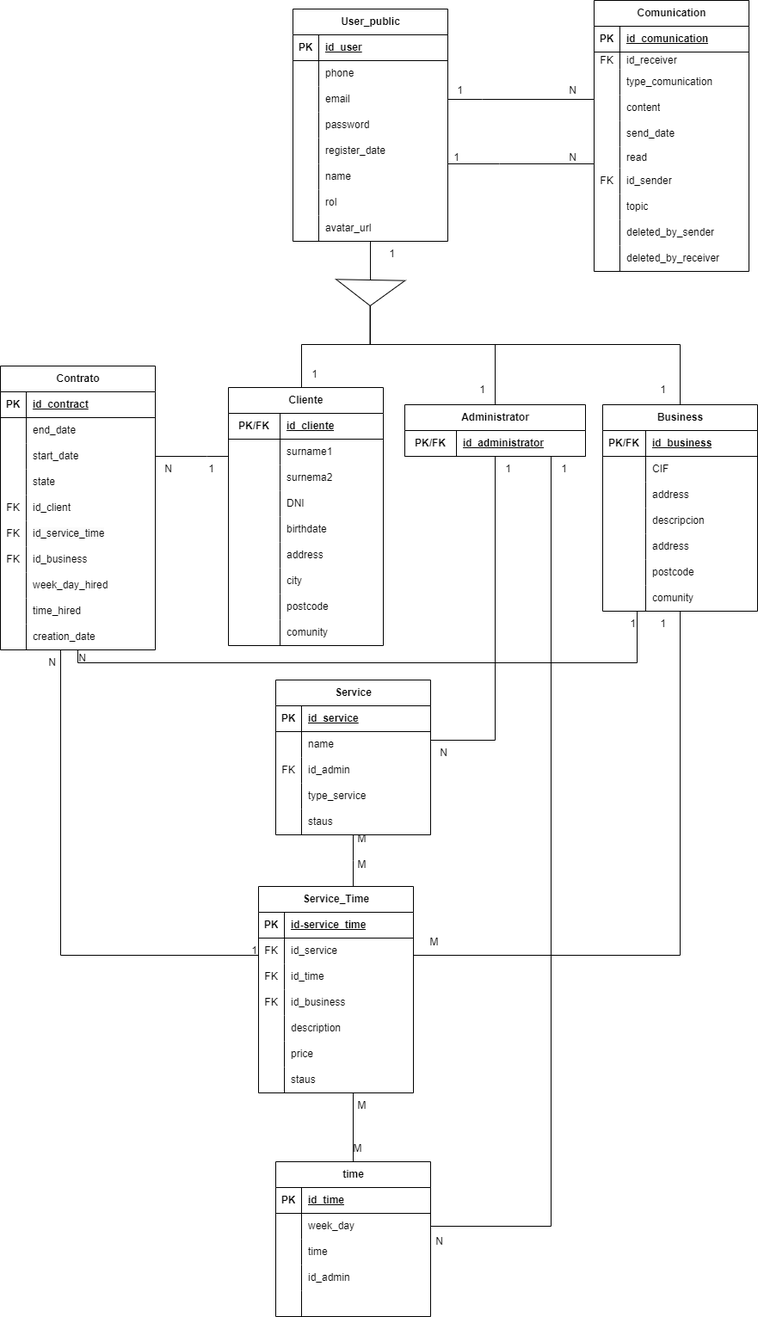
Above: documentacion_extra/base_datos/MER.drawio.png in egilp04/TFG_Cuidados (draw.io), before the change. Source tidied: cells renumbered, new cells last; positions are measured from the earlier drawing's top-left corner, leaving out a move shared by most shapes.
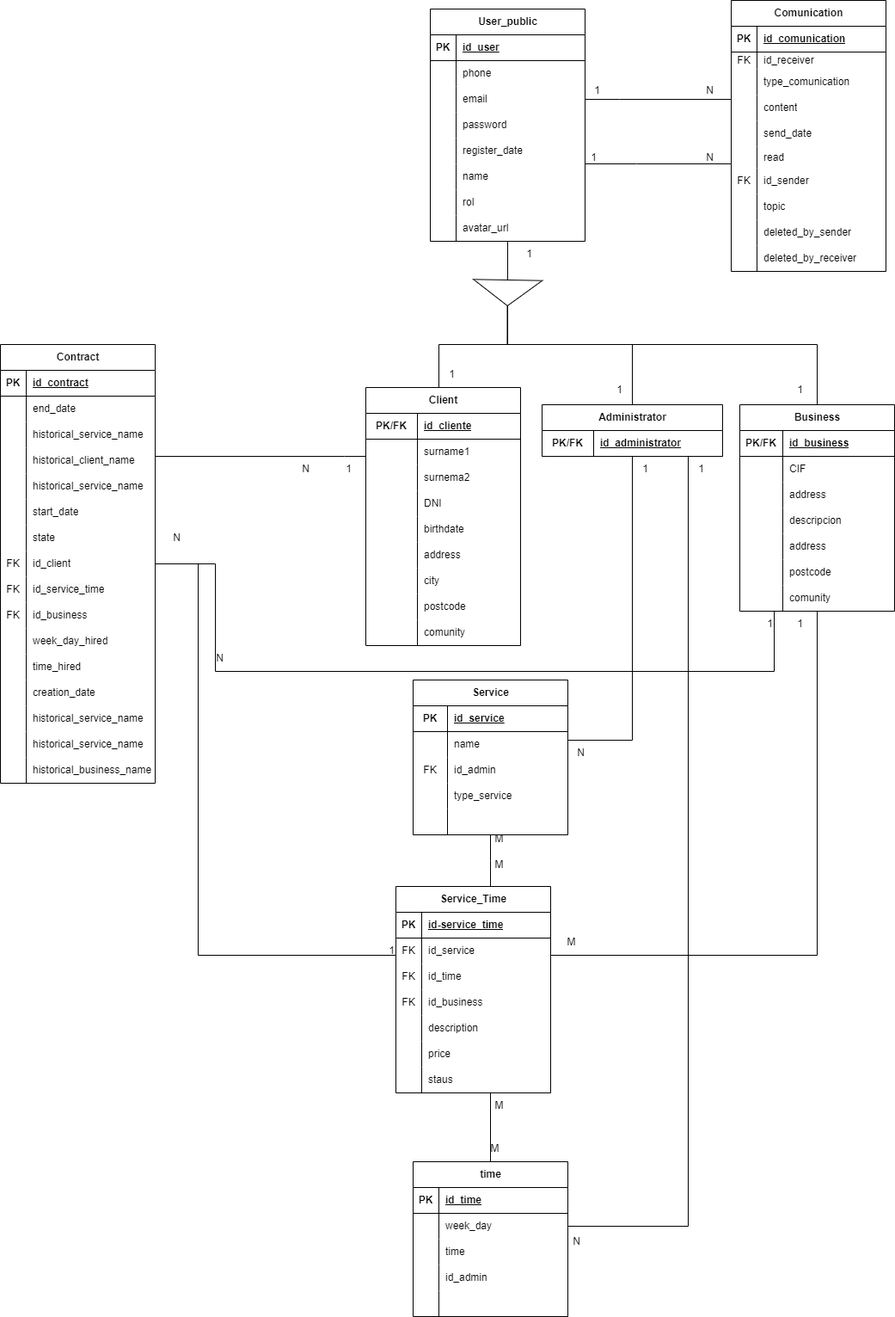
After the change.

The edit, as a diff of the source:
```diff
@@ -241,8 +241,8 @@
     <mxCell id="70" style="edgeStyle=orthogonalEdgeStyle;rounded=0;jettySize=auto;html=1;endArrow=none;endFill=0;" parent="1" edge="1" source="71" target="124">
       <mxGeometry relative="1" as="geometry">
         <Array as="points">
-          <mxPoint x="740" y="770" />
-          <mxPoint x="90" y="770" />
+          <mxPoint x="740" y="780" />
+          <mxPoint x="90" y="780" />
         </Array>
       </mxGeometry>
     </mxCell>
@@ -328,7 +328,7 @@
         </Array>
       </mxGeometry>
     </mxCell>
-    <mxCell id="95" value="Cliente" style="shape=table;startSize=30;rowLines=0;fontStyle=1;align=center;html=1;" parent="1" vertex="1">
+    <mxCell id="95" value="Client" style="shape=table;startSize=30;rowLines=0;fontStyle=1;align=center;html=1;" parent="1" vertex="1">
       <mxGeometry x="265" y="450" width="180" height="300" as="geometry" />
     </mxCell>
     <mxCell id="96" style="shape=tableRow;horizontal=0;startSize=0;swimlaneHead=0;swimlaneBody=0;fillColor=none;top=0;left=0;right=0;bottom=1;" parent="95" vertex="1">
@@ -419,8 +419,8 @@
         </Array>
       </mxGeometry>
     </mxCell>
-    <mxCell id="124" value="Contrato" style="shape=table;startSize=30;rowLines=0;fontStyle=1;align=center;html=1;" parent="1" vertex="1">
-      <mxGeometry y="425" width="180" height="330" as="geometry" />
+    <mxCell id="124" value="Contract" style="shape=table;startSize=30;rowLines=0;fontStyle=1;align=center;html=1;" parent="1" vertex="1">
+      <mxGeometry x="-160" y="400" width="180" height="510" as="geometry" />
     </mxCell>
     <mxCell id="125" style="shape=tableRow;horizontal=0;startSize=0;swimlaneHead=0;swimlaneBody=0;fillColor=none;top=0;left=0;right=0;bottom=1;" parent="124" vertex="1">
       <mxGeometry y="30" width="180" height="30" as="geometry" />
@@ -440,8 +440,35 @@
     <mxCell id="130" value="&lt;span style=&quot;text-wrap: nowrap;&quot;&gt;end_date&lt;/span&gt;" style="shape=partialRectangle;fillColor=none;top=0;left=0;bottom=0;right=0;align=left;spacingLeft=6;overflow=hidden;whiteSpace=wrap;html=1;" parent="128" vertex="1">
       <mxGeometry x="30" width="150" height="30" as="geometry" />
     </mxCell>
+    <mxCell id="236" style="shape=tableRow;horizontal=0;startSize=0;swimlaneHead=0;swimlaneBody=0;fillColor=none;top=0;left=0;right=0;bottom=0;" parent="124" vertex="1">
+      <mxGeometry y="90" width="180" height="30" as="geometry" />
+    </mxCell>
+    <mxCell id="237" style="shape=partialRectangle;fillColor=none;top=0;left=0;bottom=0;right=0;overflow=hidden;whiteSpace=wrap;html=1;" parent="236" vertex="1">
+      <mxGeometry width="30" height="30" as="geometry" />
+    </mxCell>
+    <mxCell id="238" value="historical_service_name" style="shape=partialRectangle;fillColor=none;top=0;left=0;bottom=0;right=0;align=left;spacingLeft=6;overflow=hidden;whiteSpace=wrap;html=1;" parent="236" vertex="1">
+      <mxGeometry x="30" width="150" height="30" as="geometry" />
+    </mxCell>
+    <mxCell id="239" style="shape=tableRow;horizontal=0;startSize=0;swimlaneHead=0;swimlaneBody=0;fillColor=none;top=0;left=0;right=0;bottom=0;" parent="124" vertex="1">
+      <mxGeometry y="120" width="180" height="30" as="geometry" />
+    </mxCell>
+    <mxCell id="240" style="shape=partialRectangle;fillColor=none;top=0;left=0;bottom=0;right=0;overflow=hidden;whiteSpace=wrap;html=1;" parent="239" vertex="1">
+      <mxGeometry width="30" height="30" as="geometry" />
+    </mxCell>
+    <mxCell id="241" value="historical_client_name" style="shape=partialRectangle;fillColor=none;top=0;left=0;bottom=0;right=0;align=left;spacingLeft=6;overflow=hidden;whiteSpace=wrap;html=1;" parent="239" vertex="1">
+      <mxGeometry x="30" width="150" height="30" as="geometry" />
+    </mxCell>
+    <mxCell id="242" style="shape=tableRow;horizontal=0;startSize=0;swimlaneHead=0;swimlaneBody=0;fillColor=none;top=0;left=0;right=0;bottom=0;" parent="124" vertex="1">
+      <mxGeometry y="150" width="180" height="30" as="geometry" />
+    </mxCell>
+    <mxCell id="243" style="shape=partialRectangle;fillColor=none;top=0;left=0;bottom=0;right=0;overflow=hidden;whiteSpace=wrap;html=1;" parent="242" vertex="1">
+      <mxGeometry width="30" height="30" as="geometry" />
+    </mxCell>
+    <mxCell id="244" value="historical_service_name" style="shape=partialRectangle;fillColor=none;top=0;left=0;bottom=0;right=0;align=left;spacingLeft=6;overflow=hidden;whiteSpace=wrap;html=1;" parent="242" vertex="1">
+      <mxGeometry x="30" width="150" height="30" as="geometry" />
+    </mxCell>
     <mxCell id="131" style="shape=tableRow;horizontal=0;startSize=0;swimlaneHead=0;swimlaneBody=0;fillColor=none;top=0;left=0;right=0;bottom=0;" parent="124" vertex="1">
-      <mxGeometry y="90" width="180" height="30" as="geometry" />
+      <mxGeometry y="180" width="180" height="30" as="geometry" />
     </mxCell>
     <mxCell id="132" style="shape=partialRectangle;fillColor=none;top=0;left=0;bottom=0;right=0;overflow=hidden;whiteSpace=wrap;html=1;" parent="131" vertex="1">
       <mxGeometry width="30" height="30" as="geometry" />
@@ -450,7 +477,7 @@
       <mxGeometry x="30" width="150" height="30" as="geometry" />
     </mxCell>
     <mxCell id="134" style="shape=tableRow;horizontal=0;startSize=0;swimlaneHead=0;swimlaneBody=0;fillColor=none;top=0;left=0;right=0;bottom=0;" parent="124" vertex="1">
-      <mxGeometry y="120" width="180" height="30" as="geometry" />
+      <mxGeometry y="210" width="180" height="30" as="geometry" />
     </mxCell>
     <mxCell id="135" style="shape=partialRectangle;fillColor=none;top=0;left=0;bottom=0;right=0;overflow=hidden;whiteSpace=wrap;html=1;" parent="134" vertex="1">
       <mxGeometry width="30" height="30" as="geometry" />
@@ -459,7 +486,7 @@
       <mxGeometry x="30" width="150" height="30" as="geometry" />
     </mxCell>
     <mxCell id="137" style="shape=tableRow;horizontal=0;startSize=0;swimlaneHead=0;swimlaneBody=0;fillColor=none;top=0;left=0;right=0;bottom=0;" parent="124" vertex="1">
-      <mxGeometry y="150" width="180" height="30" as="geometry" />
+      <mxGeometry y="240" width="180" height="30" as="geometry" />
     </mxCell>
     <mxCell id="138" value="FK" style="shape=partialRectangle;fillColor=none;top=0;left=0;bottom=0;right=0;overflow=hidden;whiteSpace=wrap;html=1;" parent="137" vertex="1">
       <mxGeometry width="30" height="30" as="geometry" />
@@ -468,7 +495,7 @@
       <mxGeometry x="30" width="150" height="30" as="geometry" />
     </mxCell>
     <mxCell id="140" style="shape=tableRow;horizontal=0;startSize=0;swimlaneHead=0;swimlaneBody=0;fillColor=none;top=0;left=0;right=0;bottom=0;" parent="124" vertex="1">
-      <mxGeometry y="180" width="180" height="30" as="geometry" />
+      <mxGeometry y="270" width="180" height="30" as="geometry" />
     </mxCell>
     <mxCell id="141" value="FK" style="shape=partialRectangle;fillColor=none;top=0;left=0;bottom=0;right=0;overflow=hidden;whiteSpace=wrap;html=1;" parent="140" vertex="1">
       <mxGeometry width="30" height="30" as="geometry" />
@@ -477,7 +504,7 @@
       <mxGeometry x="30" width="150" height="30" as="geometry" />
     </mxCell>
     <mxCell id="143" style="shape=tableRow;horizontal=0;startSize=0;swimlaneHead=0;swimlaneBody=0;fillColor=none;top=0;left=0;right=0;bottom=0;" parent="124" vertex="1">
-      <mxGeometry y="210" width="180" height="30" as="geometry" />
+      <mxGeometry y="300" width="180" height="30" as="geometry" />
     </mxCell>
     <mxCell id="144" value="FK" style="shape=partialRectangle;fillColor=none;top=0;left=0;bottom=0;right=0;overflow=hidden;whiteSpace=wrap;html=1;" parent="143" vertex="1">
       <mxGeometry width="30" height="30" as="geometry" />
@@ -486,7 +513,7 @@
       <mxGeometry x="30" width="150" height="30" as="geometry" />
     </mxCell>
     <mxCell id="146" style="shape=tableRow;horizontal=0;startSize=0;swimlaneHead=0;swimlaneBody=0;fillColor=none;top=0;left=0;right=0;bottom=0;" parent="124" vertex="1">
-      <mxGeometry y="240" width="180" height="30" as="geometry" />
+      <mxGeometry y="330" width="180" height="30" as="geometry" />
     </mxCell>
     <mxCell id="147" style="shape=partialRectangle;fillColor=none;top=0;left=0;bottom=0;right=0;overflow=hidden;whiteSpace=wrap;html=1;" parent="146" vertex="1">
       <mxGeometry width="30" height="30" as="geometry" />
@@ -495,7 +522,7 @@
       <mxGeometry x="30" width="150" height="30" as="geometry" />
     </mxCell>
     <mxCell id="149" style="shape=tableRow;horizontal=0;startSize=0;swimlaneHead=0;swimlaneBody=0;fillColor=none;top=0;left=0;right=0;bottom=0;" parent="124" vertex="1">
-      <mxGeometry y="270" width="180" height="30" as="geometry" />
+      <mxGeometry y="360" width="180" height="30" as="geometry" />
     </mxCell>
     <mxCell id="150" style="shape=partialRectangle;fillColor=none;top=0;left=0;bottom=0;right=0;overflow=hidden;whiteSpace=wrap;html=1;" parent="149" vertex="1">
       <mxGeometry width="30" height="30" as="geometry" />
@@ -504,7 +531,7 @@
       <mxGeometry x="30" width="150" height="30" as="geometry" />
     </mxCell>
     <mxCell id="152" style="shape=tableRow;horizontal=0;startSize=0;swimlaneHead=0;swimlaneBody=0;fillColor=none;top=0;left=0;right=0;bottom=0;" parent="124" vertex="1">
-      <mxGeometry y="300" width="180" height="30" as="geometry" />
+      <mxGeometry y="390" width="180" height="30" as="geometry" />
     </mxCell>
     <mxCell id="153" style="shape=partialRectangle;fillColor=none;top=0;left=0;bottom=0;right=0;overflow=hidden;whiteSpace=wrap;html=1;" parent="152" vertex="1">
       <mxGeometry width="30" height="30" as="geometry" />
@@ -512,6 +539,33 @@
     <mxCell id="154" value="creation_date" style="shape=partialRectangle;fillColor=none;top=0;left=0;bottom=0;right=0;align=left;spacingLeft=6;overflow=hidden;whiteSpace=wrap;html=1;" parent="152" vertex="1">
       <mxGeometry x="30" width="150" height="30" as="geometry" />
     </mxCell>
+    <mxCell id="245" style="shape=tableRow;horizontal=0;startSize=0;swimlaneHead=0;swimlaneBody=0;fillColor=none;top=0;left=0;right=0;bottom=0;" parent="124" vertex="1">
+      <mxGeometry y="420" width="180" height="30" as="geometry" />
+    </mxCell>
+    <mxCell id="246" style="shape=partialRectangle;fillColor=none;top=0;left=0;bottom=0;right=0;overflow=hidden;whiteSpace=wrap;html=1;" parent="245" vertex="1">
+      <mxGeometry width="30" height="30" as="geometry" />
+    </mxCell>
+    <mxCell id="247" value="historical_service_name" style="shape=partialRectangle;fillColor=none;top=0;left=0;bottom=0;right=0;align=left;spacingLeft=6;overflow=hidden;whiteSpace=wrap;html=1;" parent="245" vertex="1">
+      <mxGeometry x="30" width="150" height="30" as="geometry" />
+    </mxCell>
+    <mxCell id="248" style="shape=tableRow;horizontal=0;startSize=0;swimlaneHead=0;swimlaneBody=0;fillColor=none;top=0;left=0;right=0;bottom=0;" parent="124" vertex="1">
+      <mxGeometry y="450" width="180" height="30" as="geometry" />
+    </mxCell>
+    <mxCell id="249" style="shape=partialRectangle;fillColor=none;top=0;left=0;bottom=0;right=0;overflow=hidden;whiteSpace=wrap;html=1;" parent="248" vertex="1">
+      <mxGeometry width="30" height="30" as="geometry" />
+    </mxCell>
+    <mxCell id="250" value="historical_service_name" style="shape=partialRectangle;fillColor=none;top=0;left=0;bottom=0;right=0;align=left;spacingLeft=6;overflow=hidden;whiteSpace=wrap;html=1;" parent="248" vertex="1">
+      <mxGeometry x="30" width="150" height="30" as="geometry" />
+    </mxCell>
+    <mxCell id="251" style="shape=tableRow;horizontal=0;startSize=0;swimlaneHead=0;swimlaneBody=0;fillColor=none;top=0;left=0;right=0;bottom=0;" parent="124" vertex="1">
+      <mxGeometry y="480" width="180" height="30" as="geometry" />
+    </mxCell>
+    <mxCell id="252" style="shape=partialRectangle;fillColor=none;top=0;left=0;bottom=0;right=0;overflow=hidden;whiteSpace=wrap;html=1;" parent="251" vertex="1">
+      <mxGeometry width="30" height="30" as="geometry" />
+    </mxCell>
+    <mxCell id="253" value="historical_business_name" style="shape=partialRectangle;fillColor=none;top=0;left=0;bottom=0;right=0;align=left;spacingLeft=6;overflow=hidden;whiteSpace=wrap;html=1;" parent="251" vertex="1">
+      <mxGeometry x="30" width="150" height="30" as="geometry" />
+    </mxCell>
     <mxCell id="155" style="edgeStyle=orthogonalEdgeStyle;rounded=0;jettySize=auto;html=1;endArrow=none;endFill=0;" parent="1" edge="1" source="156" target="203">
       <mxGeometry relative="1" as="geometry">
         <Array as="points">
@@ -527,46 +581,46 @@
       <mxGeometry y="30" width="180" height="30" as="geometry" />
     </mxCell>
     <mxCell id="158" value="PK" style="shape=partialRectangle;fillColor=none;top=0;left=0;bottom=0;right=0;fontStyle=1;overflow=hidden;whiteSpace=wrap;html=1;" parent="157" vertex="1">
-      <mxGeometry width="30" height="30" as="geometry" />
+      <mxGeometry width="40" height="30" as="geometry" />
     </mxCell>
     <mxCell id="159" value="&lt;span style=&quot;text-wrap: nowrap;&quot;&gt;id_service&lt;/span&gt;" style="shape=partialRectangle;fillColor=none;top=0;left=0;bottom=0;right=0;align=left;spacingLeft=6;fontStyle=5;overflow=hidden;whiteSpace=wrap;html=1;" parent="157" vertex="1">
-      <mxGeometry x="30" width="150" height="30" as="geometry" />
+      <mxGeometry x="40" width="140" height="30" as="geometry" />
     </mxCell>
     <mxCell id="160" style="shape=tableRow;horizontal=0;startSize=0;swimlaneHead=0;swimlaneBody=0;fillColor=none;top=0;left=0;right=0;bottom=0;" parent="156" vertex="1">
       <mxGeometry y="60" width="180" height="30" as="geometry" />
     </mxCell>
     <mxCell id="161" style="shape=partialRectangle;fillColor=none;top=0;left=0;bottom=0;right=0;overflow=hidden;whiteSpace=wrap;html=1;" parent="160" vertex="1">
-      <mxGeometry width="30" height="30" as="geometry" />
+      <mxGeometry width="40" height="30" as="geometry" />
     </mxCell>
     <mxCell id="162" value="&lt;span style=&quot;text-wrap: nowrap;&quot;&gt;name&lt;/span&gt;" style="shape=partialRectangle;fillColor=none;top=0;left=0;bottom=0;right=0;align=left;spacingLeft=6;overflow=hidden;whiteSpace=wrap;html=1;" parent="160" vertex="1">
-      <mxGeometry x="30" width="150" height="30" as="geometry" />
+      <mxGeometry x="40" width="140" height="30" as="geometry" />
     </mxCell>
     <mxCell id="163" style="shape=tableRow;horizontal=0;startSize=0;swimlaneHead=0;swimlaneBody=0;fillColor=none;top=0;left=0;right=0;bottom=0;" parent="156" vertex="1">
       <mxGeometry y="90" width="180" height="30" as="geometry" />
     </mxCell>
     <mxCell id="164" value="FK" style="shape=partialRectangle;fillColor=none;top=0;left=0;bottom=0;right=0;overflow=hidden;whiteSpace=wrap;html=1;" parent="163" vertex="1">
-      <mxGeometry width="30" height="30" as="geometry" />
+      <mxGeometry width="40" height="30" as="geometry" />
     </mxCell>
     <mxCell id="165" value="&lt;span style=&quot;text-wrap: nowrap;&quot;&gt;id_admin&lt;/span&gt;" style="shape=partialRectangle;fillColor=none;top=0;left=0;bottom=0;right=0;align=left;spacingLeft=6;overflow=hidden;whiteSpace=wrap;html=1;" parent="163" vertex="1">
-      <mxGeometry x="30" width="150" height="30" as="geometry" />
+      <mxGeometry x="40" width="140" height="30" as="geometry" />
     </mxCell>
     <mxCell id="166" style="shape=tableRow;horizontal=0;startSize=0;swimlaneHead=0;swimlaneBody=0;fillColor=none;top=0;left=0;right=0;bottom=0;" parent="156" vertex="1">
       <mxGeometry y="120" width="180" height="30" as="geometry" />
     </mxCell>
     <mxCell id="167" style="shape=partialRectangle;fillColor=none;top=0;left=0;bottom=0;right=0;overflow=hidden;whiteSpace=wrap;html=1;" parent="166" vertex="1">
-      <mxGeometry width="30" height="30" as="geometry" />
+      <mxGeometry width="40" height="30" as="geometry" />
     </mxCell>
     <mxCell id="168" value="&lt;span style=&quot;text-wrap: nowrap;&quot;&gt;type_service&lt;/span&gt;" style="shape=partialRectangle;fillColor=none;top=0;left=0;bottom=0;right=0;align=left;spacingLeft=6;overflow=hidden;whiteSpace=wrap;html=1;" parent="166" vertex="1">
-      <mxGeometry x="30" width="150" height="30" as="geometry" />
+      <mxGeometry x="40" width="140" height="30" as="geometry" />
     </mxCell>
     <mxCell id="169" style="shape=tableRow;horizontal=0;startSize=0;swimlaneHead=0;swimlaneBody=0;fillColor=none;top=0;left=0;right=0;bottom=0;" parent="156" vertex="1">
       <mxGeometry y="150" width="180" height="30" as="geometry" />
     </mxCell>
     <mxCell id="170" style="shape=partialRectangle;fillColor=none;top=0;left=0;bottom=0;right=0;overflow=hidden;whiteSpace=wrap;html=1;" parent="169" vertex="1">
-      <mxGeometry width="30" height="30" as="geometry" />
+      <mxGeometry width="40" height="30" as="geometry" />
     </mxCell>
-    <mxCell id="171" value="staus" style="shape=partialRectangle;fillColor=none;top=0;left=0;bottom=0;right=0;align=left;spacingLeft=6;overflow=hidden;whiteSpace=wrap;html=1;" parent="169" vertex="1">
-      <mxGeometry x="30" width="150" height="30" as="geometry" />
+    <mxCell id="171" style="shape=partialRectangle;fillColor=none;top=0;left=0;bottom=0;right=0;align=left;spacingLeft=6;overflow=hidden;whiteSpace=wrap;html=1;" parent="169" vertex="1">
+      <mxGeometry x="40" width="140" height="30" as="geometry" />
     </mxCell>
     <mxCell id="172" style="edgeStyle=orthogonalEdgeStyle;rounded=0;jettySize=auto;html=1;endArrow=none;endFill=0;" parent="1" edge="1" source="173" target="203">
       <mxGeometry relative="1" as="geometry">
@@ -751,7 +805,7 @@
       <mxGeometry x="440" y="280" width="30" height="30" as="geometry" />
     </mxCell>
     <mxCell id="231" value="N" style="text;html=1;align=center;verticalAlign=middle;strokeColor=none;fillColor=none;" parent="1" vertex="1">
-      <mxGeometry x="45" y="755" width="30" height="30" as="geometry" />
+      <mxGeometry x="30" y="610" width="30" height="30" as="geometry" />
     </mxCell>
     <mxCell id="232" value="1" style="text;html=1;align=center;verticalAlign=middle;strokeColor=none;fillColor=none;" parent="1" vertex="1">
       <mxGeometry x="575" y="530" width="30" height="30" as="geometry" />
```
